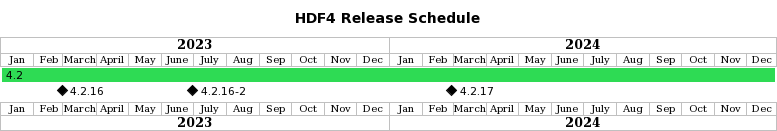
Above: doc/img/release-schedule.png in HDFGroup/hdf4 (PlantUML), before the change.
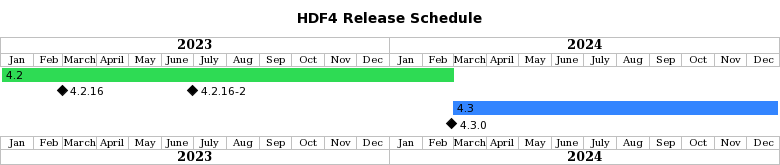
After the change.

Commit message:
Add HDF4 4.3.0 to the release schedule (#421)

The edit, as a diff of the source:
```diff
@@ -5,12 +5,14 @@
 projectscale monthly
 Project starts 2023-01-01
 
-[4.2] starts 2022-01-01 and lasts 104 weeks
+[4.2] starts 2022-01-01 and lasts 61 weeks
 [4.2.16] happens 2023-02-28
 [4.2.16-2] happens 2023-06-30
-[4.2.17] happens 2024-02-28
 [4.2.16-2] displays on same row as [4.2.16]
-[4.2.17] displays on same row as [4.2.16]
 [4.2] is colored in #2EDB54
 
+[4.3] starts 2024-02-28 and lasts 44 weeks
+[4.3.0] happens 2024-02-28
+[4.3] is colored in #3385FF
+
 @endgantt
```
